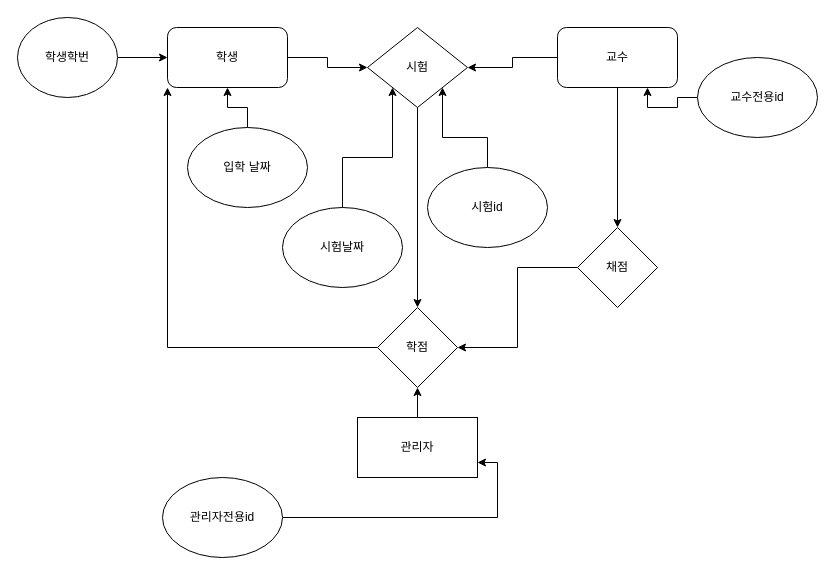
This is 제목 없는 다이어그램.drawio from Seop2/DB, a draw.io file, before an edit. Source tidied: cells renumbered, new cells numbered last; positions are measured from the earlier drawing's top-left corner, leaving out a move shared by most shapes. Both pictures are drawn from the tidied source at 100%, with x=0, y=0 at pixel (17, 17).
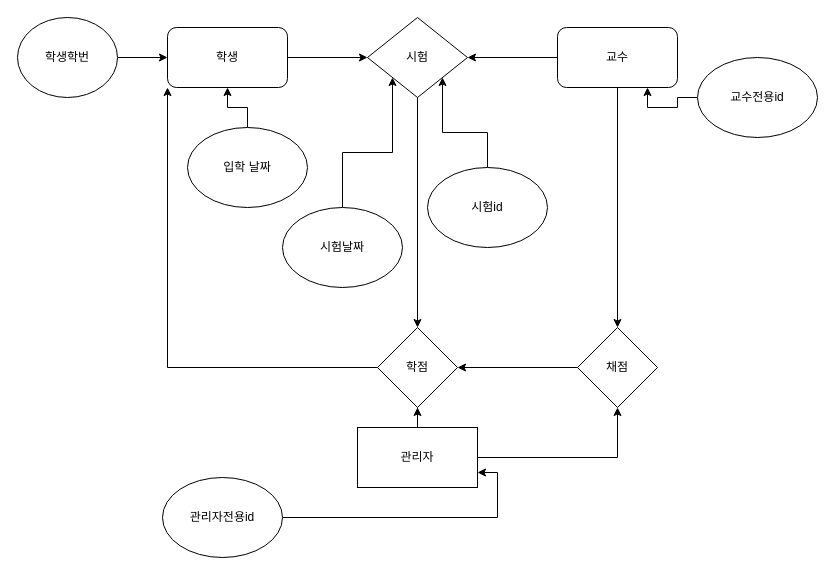
The same page after the edit.

Commit message:
제목 없는 다이어그램.drawio 업데이트

The edit, as a diff of the source:
```diff
@@
+    <mxCell id="27" style="edgeStyle=orthogonalEdgeStyle;rounded=0;jettySize=auto;html=1;entryX=0.5;entryY=1;entryDx=0;entryDy=0;" parent="1" edge="1" source="8" target="26">
+      <mxGeometry relative="1" as="geometry" />
+    </mxCell>
     <mxCell id="8" value="관리자" style="rounded=0;whiteSpace=wrap;html=1;" parent="1" vertex="1">
-      <mxGeometry x="340" y="400" width="120" height="60" as="geometry" />
+      <mxGeometry x="340" y="410" width="120" height="60" as="geometry" />
     </mxCell>
@@
     <mxCell id="18" value="시험" style="rhombus;whiteSpace=wrap;html=1;" parent="1" vertex="1">
-      <mxGeometry x="350" y="10" width="100" height="80" as="geometry" />
+      <mxGeometry x="350" width="100" height="80" as="geometry" />
     </mxCell>
@@
     <mxCell id="24" value="학점" style="rhombus;whiteSpace=wrap;html=1;" parent="1" vertex="1">
-      <mxGeometry x="360" y="290" width="80" height="80" as="geometry" />
+      <mxGeometry x="360" y="310" width="80" height="80" as="geometry" />
     </mxCell>
@@
     <mxCell id="26" value="채점" style="rhombus;whiteSpace=wrap;html=1;" parent="1" vertex="1">
-      <mxGeometry x="560" y="210" width="80" height="80" as="geometry" />
+      <mxGeometry x="560" y="310" width="80" height="80" as="geometry" />
     </mxCell>
```
